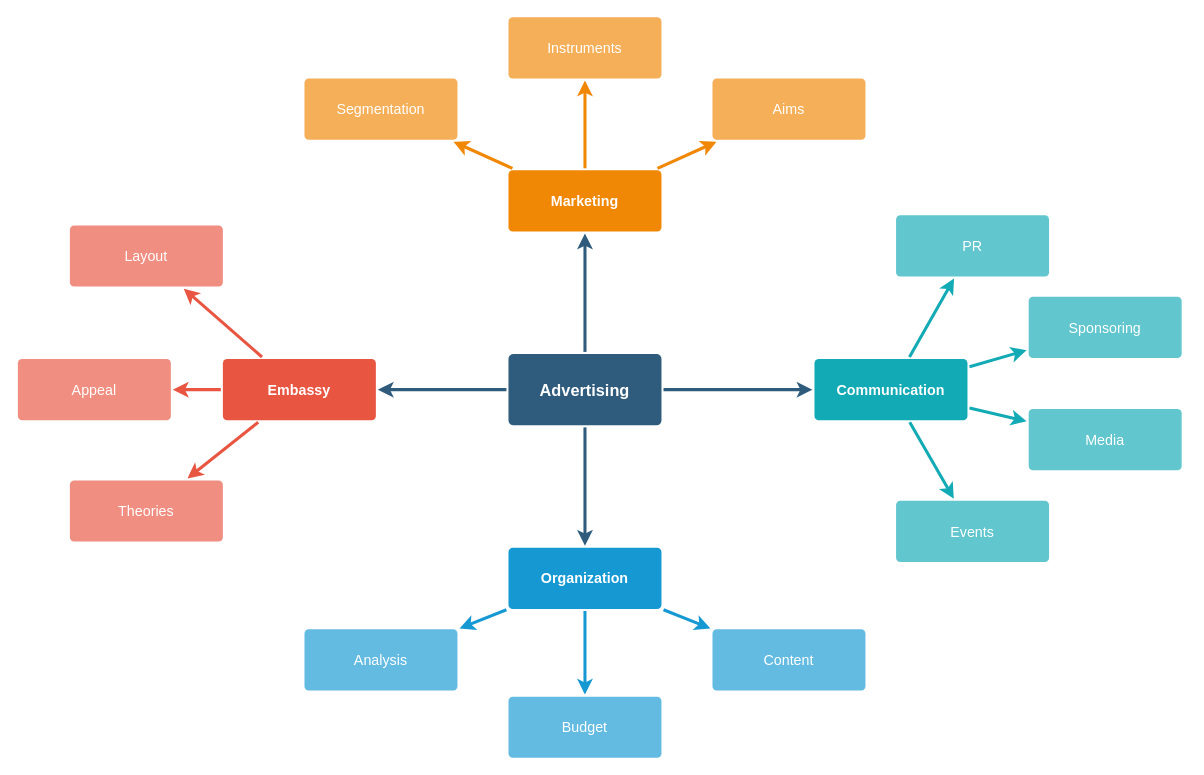
Above: algo2021.drawio in Pengyang233/PlotInDrawio (draw.io), before the change. Source tidied: cells renumbered, new cells numbered last; positions are measured from the earlier drawing's top-left corner, leaving out a move shared by most shapes. Both pictures are drawn from the tidied source at 102%, with x=0, y=0 at pixel (17, 16).
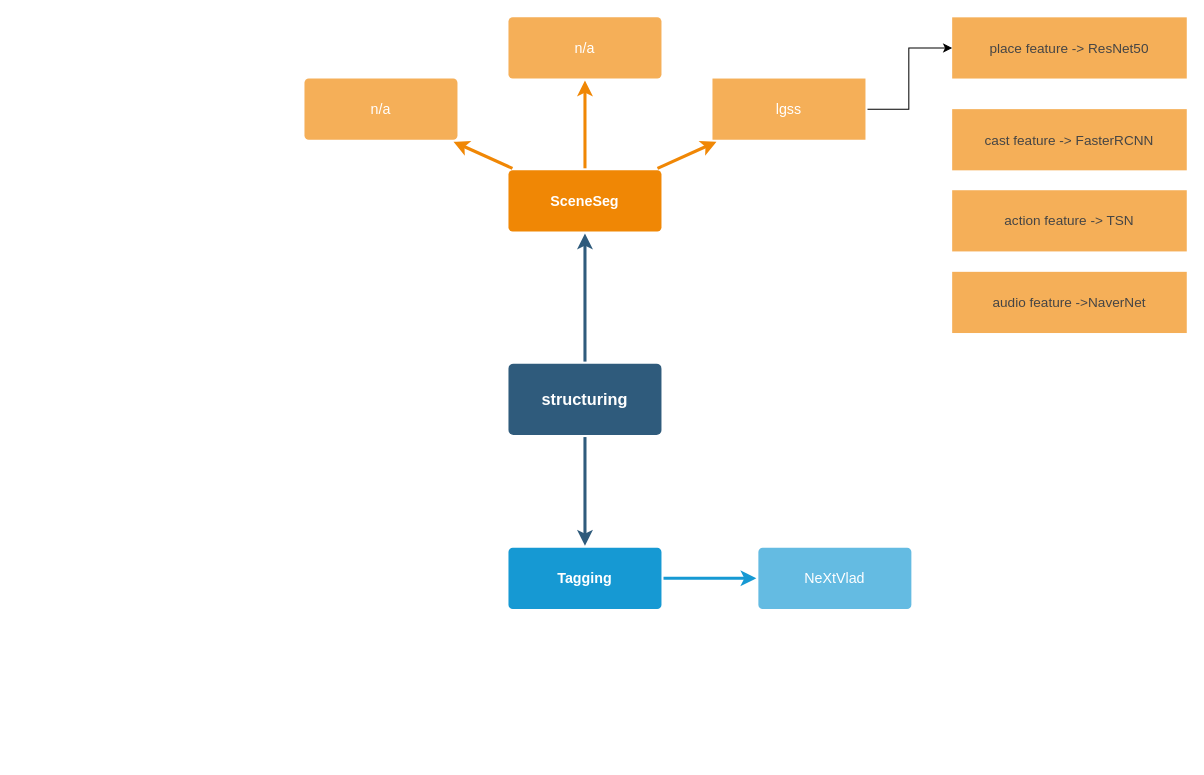
The same diagram, later.

What changed in the source:
```diff
@@
-    <mxCell id="3" style="edgeStyle=none;rounded=0;jumpStyle=none;html=1;shadow=0;labelBackgroundColor=none;startArrow=none;startFill=0;endArrow=classic;endFill=1;jettySize=auto;strokeColor=#2F5B7C;strokeWidth=3;fontFamily=Helvetica;fontSize=16;fontColor=#23445D;spacing=5;" parent="1" edge="1" source="6" target="28">
-      <mxGeometry relative="1" as="geometry" />
-    </mxCell>
@@
-    <mxCell id="5" style="edgeStyle=none;rounded=0;jumpStyle=none;html=1;shadow=0;labelBackgroundColor=none;startArrow=none;startFill=0;endArrow=classic;endFill=1;jettySize=auto;strokeColor=#2F5B7C;strokeWidth=3;fontFamily=Helvetica;fontSize=16;fontColor=#23445D;spacing=5;" parent="1" edge="1" source="6" target="10">
-      <mxGeometry relative="1" as="geometry" />
-    </mxCell>
-    <mxCell id="6" value="Advertising" style="rounded=1;whiteSpace=wrap;html=1;shadow=0;labelBackgroundColor=none;strokeColor=none;strokeWidth=3;fillColor=#2F5B7C;fontFamily=Helvetica;fontSize=16;fontColor=#FFFFFF;align=center;fontStyle=1;spacing=5;arcSize=7;perimeterSpacing=2;" parent="1" vertex="1">
-      <mxGeometry x="481" y="330.5" width="150" height="70" as="geometry" />
+    <mxCell id="6" value="structuring" style="rounded=1;whiteSpace=wrap;html=1;shadow=0;labelBackgroundColor=none;strokeColor=none;strokeWidth=3;fillColor=#2F5B7C;fontFamily=Helvetica;fontSize=16;fontColor=#FFFFFF;align=center;fontStyle=1;spacing=5;arcSize=7;perimeterSpacing=2;" parent="1" vertex="1">
+      <mxGeometry x="481" y="340" width="150" height="70" as="geometry" />
     </mxCell>
-    <mxCell id="7" style="edgeStyle=none;rounded=1;jumpStyle=none;html=1;shadow=0;labelBackgroundColor=none;startArrow=none;startFill=0;jettySize=auto;strokeColor=#E85642;strokeWidth=3;fontFamily=Helvetica;fontSize=14;fontColor=#FFFFFF;spacing=5;fontStyle=1;fillColor=#b0e3e6;" parent="1" edge="1" source="10" target="13">
-      <mxGeometry relative="1" as="geometry" />
-    </mxCell>
-    <mxCell id="8" style="edgeStyle=none;rounded=1;jumpStyle=none;html=1;shadow=0;labelBackgroundColor=none;startArrow=none;startFill=0;jettySize=auto;strokeColor=#E85642;strokeWidth=3;fontFamily=Helvetica;fontSize=14;fontColor=#FFFFFF;spacing=5;fontStyle=1;fillColor=#b0e3e6;" parent="1" edge="1" source="10" target="12">
-      <mxGeometry relative="1" as="geometry" />
-    </mxCell>
-    <mxCell id="9" style="edgeStyle=none;rounded=1;jumpStyle=none;html=1;shadow=0;labelBackgroundColor=none;startArrow=none;startFill=0;jettySize=auto;strokeColor=#E85642;strokeWidth=3;fontFamily=Helvetica;fontSize=14;fontColor=#FFFFFF;spacing=5;fontStyle=1;fillColor=#b0e3e6;" parent="1" edge="1" source="10" target="11">
-      <mxGeometry relative="1" as="geometry" />
-    </mxCell>
-    <mxCell id="10" value="Embassy" style="rounded=1;whiteSpace=wrap;html=1;shadow=0;labelBackgroundColor=none;strokeColor=none;strokeWidth=3;fillColor=#e85642;fontFamily=Helvetica;fontSize=14;fontColor=#FFFFFF;align=center;spacing=5;fontStyle=1;arcSize=7;perimeterSpacing=2;" parent="1" vertex="1">
-      <mxGeometry x="201" y="335.5" width="150" height="60" as="geometry" />
-    </mxCell>
-    <mxCell id="11" value="Theories" style="rounded=1;whiteSpace=wrap;html=1;shadow=0;labelBackgroundColor=none;strokeColor=none;strokeWidth=3;fillColor=#f08e81;fontFamily=Helvetica;fontSize=14;fontColor=#FFFFFF;align=center;spacing=5;fontStyle=0;arcSize=7;perimeterSpacing=2;" parent="1" vertex="1">
-      <mxGeometry x="51" y="454.5" width="150" height="60" as="geometry" />
-    </mxCell>
-    <mxCell id="12" value="Appeal" style="rounded=1;whiteSpace=wrap;html=1;shadow=0;labelBackgroundColor=none;strokeColor=none;strokeWidth=3;fillColor=#f08e81;fontFamily=Helvetica;fontSize=14;fontColor=#FFFFFF;align=center;spacing=5;fontStyle=0;arcSize=7;perimeterSpacing=2;" parent="1" vertex="1">
-      <mxGeometry y="335.5" width="150" height="60" as="geometry" />
-    </mxCell>
-    <mxCell id="13" value="Layout" style="rounded=1;whiteSpace=wrap;html=1;shadow=0;labelBackgroundColor=none;strokeColor=none;strokeWidth=3;fillColor=#f08e81;fontFamily=Helvetica;fontSize=14;fontColor=#FFFFFF;align=center;spacing=5;fontStyle=0;arcSize=7;perimeterSpacing=2;" parent="1" vertex="1">
-      <mxGeometry x="51" y="204.5" width="150" height="60" as="geometry" />
-    </mxCell>
-    <mxCell id="14" style="edgeStyle=none;rounded=0;jumpStyle=none;html=1;shadow=0;labelBackgroundColor=none;startArrow=none;startFill=0;endArrow=classic;endFill=1;jettySize=auto;strokeColor=#1699D3;strokeWidth=3;fontFamily=Helvetica;fontSize=14;fontColor=#FFFFFF;spacing=5;" parent="1" edge="1" source="17" target="20">
-      <mxGeometry relative="1" as="geometry" />
-    </mxCell>
-    <mxCell id="15" style="edgeStyle=none;rounded=0;jumpStyle=none;html=1;shadow=0;labelBackgroundColor=none;startArrow=none;startFill=0;endArrow=classic;endFill=1;jettySize=auto;strokeColor=#1699D3;strokeWidth=3;fontFamily=Helvetica;fontSize=14;fontColor=#FFFFFF;spacing=5;" parent="1" edge="1" source="17" target="19">
-      <mxGeometry relative="1" as="geometry" />
-    </mxCell>
@@
-    <mxCell id="17" value="Organization" style="rounded=1;whiteSpace=wrap;html=1;shadow=0;labelBackgroundColor=none;strokeColor=none;strokeWidth=3;fillColor=#1699d3;fontFamily=Helvetica;fontSize=14;fontColor=#FFFFFF;align=center;spacing=5;fontStyle=1;arcSize=7;perimeterSpacing=2;" parent="1" vertex="1">
+    <mxCell id="17" value="Tagging" style="rounded=1;whiteSpace=wrap;html=1;shadow=0;labelBackgroundColor=none;strokeColor=none;strokeWidth=3;fillColor=#1699d3;fontFamily=Helvetica;fontSize=14;fontColor=#FFFFFF;align=center;spacing=5;fontStyle=1;arcSize=7;perimeterSpacing=2;" parent="1" vertex="1">
       <mxGeometry x="481" y="520.5" width="150" height="60" as="geometry" />
     </mxCell>
-    <mxCell id="18" value="Content" style="rounded=1;whiteSpace=wrap;html=1;shadow=0;labelBackgroundColor=none;strokeColor=none;strokeWidth=3;fillColor=#64bbe2;fontFamily=Helvetica;fontSize=14;fontColor=#FFFFFF;align=center;spacing=5;arcSize=7;perimeterSpacing=2;" parent="1" vertex="1">
-      <mxGeometry x="681" y="600.5" width="150" height="60" as="geometry" />
+    <mxCell id="18" value="NeXtVlad" style="rounded=1;whiteSpace=wrap;html=1;shadow=0;labelBackgroundColor=none;strokeColor=none;strokeWidth=3;fillColor=#64bbe2;fontFamily=Helvetica;fontSize=14;fontColor=#FFFFFF;align=center;spacing=5;arcSize=7;perimeterSpacing=2;" parent="1" vertex="1">
+      <mxGeometry x="726" y="520.5" width="150" height="60" as="geometry" />
     </mxCell>
-    <mxCell id="19" value="Budget" style="rounded=1;whiteSpace=wrap;html=1;shadow=0;labelBackgroundColor=none;strokeColor=none;strokeWidth=3;fillColor=#64bbe2;fontFamily=Helvetica;fontSize=14;fontColor=#FFFFFF;align=center;spacing=5;arcSize=7;perimeterSpacing=2;" parent="1" vertex="1">
-      <mxGeometry x="481" y="666.5" width="150" height="60" as="geometry" />
-    </mxCell>
-    <mxCell id="20" value="Analysis" style="rounded=1;whiteSpace=wrap;html=1;shadow=0;labelBackgroundColor=none;strokeColor=none;strokeWidth=3;fillColor=#64bbe2;fontFamily=Helvetica;fontSize=14;fontColor=#FFFFFF;align=center;spacing=5;arcSize=7;perimeterSpacing=2;" parent="1" vertex="1">
-      <mxGeometry x="281" y="600.5" width="150" height="60" as="geometry" />
-    </mxCell>
-    <mxCell id="21" value="Marketing" style="rounded=1;whiteSpace=wrap;html=1;shadow=0;labelBackgroundColor=none;strokeColor=none;strokeWidth=3;fillColor=#F08705;fontFamily=Helvetica;fontSize=14;fontColor=#FFFFFF;align=center;spacing=5;fontStyle=1;arcSize=7;perimeterSpacing=2;" parent="1" vertex="1">
+    <mxCell id="21" value="SceneSeg" style="rounded=1;whiteSpace=wrap;html=1;shadow=0;labelBackgroundColor=none;strokeColor=none;strokeWidth=3;fillColor=#F08705;fontFamily=Helvetica;fontSize=14;fontColor=#FFFFFF;align=center;spacing=5;fontStyle=1;arcSize=7;perimeterSpacing=2;" parent="1" vertex="1">
       <mxGeometry x="481" y="150.5" width="150" height="60" as="geometry" />
     </mxCell>
+    <mxCell id="37" style="edgeStyle=orthogonalEdgeStyle;rounded=0;jettySize=auto;html=1;" parent="1" edge="1" source="22" target="38">
+      <mxGeometry relative="1" as="geometry" />
+    </mxCell>
-    <mxCell id="22" value="Aims&lt;br&gt;" style="rounded=1;whiteSpace=wrap;html=1;shadow=0;labelBackgroundColor=none;strokeColor=none;strokeWidth=3;fillColor=#f5af58;fontFamily=Helvetica;fontSize=14;fontColor=#FFFFFF;align=center;spacing=5;arcSize=7;perimeterSpacing=2;" parent="1" vertex="1">
+    <mxCell id="22" value="lgss" style="rounded=1;whiteSpace=wrap;html=1;shadow=0;labelBackgroundColor=none;strokeColor=none;strokeWidth=3;fillColor=#f5af58;fontFamily=Helvetica;fontSize=14;fontColor=#FFFFFF;align=center;spacing=5;arcSize=0;perimeterSpacing=2;" parent="1" vertex="1">
       <mxGeometry x="681" y="60.5" width="150" height="60" as="geometry" />
     </mxCell>
@@
-    <mxCell id="24" value="Instruments" style="rounded=1;whiteSpace=wrap;html=1;shadow=0;labelBackgroundColor=none;strokeColor=none;strokeWidth=3;fillColor=#f5af58;fontFamily=Helvetica;fontSize=14;fontColor=#FFFFFF;align=center;spacing=5;arcSize=7;perimeterSpacing=2;" parent="1" vertex="1">
+    <mxCell id="24" value="n/a" style="rounded=1;whiteSpace=wrap;html=1;shadow=0;labelBackgroundColor=none;strokeColor=none;strokeWidth=3;fillColor=#f5af58;fontFamily=Helvetica;fontSize=14;fontColor=#FFFFFF;align=center;spacing=5;arcSize=7;perimeterSpacing=2;" parent="1" vertex="1">
       <mxGeometry x="481" y="0.5" width="150" height="60" as="geometry" />
     </mxCell>
@@
-    <mxCell id="26" value="Segmentation" style="rounded=1;whiteSpace=wrap;html=1;shadow=0;labelBackgroundColor=none;strokeColor=none;strokeWidth=3;fillColor=#f5af58;fontFamily=Helvetica;fontSize=14;fontColor=#FFFFFF;align=center;spacing=5;arcSize=7;perimeterSpacing=2;" parent="1" vertex="1">
+    <mxCell id="26" value="n/a" style="rounded=1;whiteSpace=wrap;html=1;shadow=0;labelBackgroundColor=none;strokeColor=none;strokeWidth=3;fillColor=#f5af58;fontFamily=Helvetica;fontSize=14;fontColor=#FFFFFF;align=center;spacing=5;arcSize=7;perimeterSpacing=2;" parent="1" vertex="1">
       <mxGeometry x="281" y="60.5" width="150" height="60" as="geometry" />
     </mxCell>
@@
-    <mxCell id="28" value="Communication" style="rounded=1;whiteSpace=wrap;html=1;shadow=0;labelBackgroundColor=none;strokeColor=none;strokeWidth=3;fillColor=#12aab5;fontFamily=Helvetica;fontSize=14;fontColor=#FFFFFF;align=center;spacing=5;fontStyle=1;arcSize=7;perimeterSpacing=2;" parent="1" vertex="1">
-      <mxGeometry x="781" y="335.5" width="150" height="60" as="geometry" />
-    </mxCell>
-    <mxCell id="29" value="Events" style="rounded=1;whiteSpace=wrap;html=1;shadow=0;labelBackgroundColor=none;strokeColor=none;strokeWidth=3;fillColor=#61c6ce;fontFamily=Helvetica;fontSize=14;fontColor=#FFFFFF;align=center;spacing=5;fontStyle=0;arcSize=7;perimeterSpacing=2;" parent="1" vertex="1">
-      <mxGeometry x="861" y="474.5" width="150" height="60" as="geometry" />
-    </mxCell>
-    <mxCell id="30" style="edgeStyle=none;rounded=1;jumpStyle=none;html=1;shadow=0;labelBackgroundColor=none;startArrow=none;startFill=0;jettySize=auto;strokeColor=#12AAB5;strokeWidth=3;fontFamily=Helvetica;fontSize=14;fontColor=#FFFFFF;spacing=5;fontStyle=1;fillColor=#b0e3e6;" parent="1" edge="1" source="28" target="29">
-      <mxGeometry relative="1" as="geometry" />
-    </mxCell>
-    <mxCell id="31" value="Media" style="rounded=1;whiteSpace=wrap;html=1;shadow=0;labelBackgroundColor=none;strokeColor=none;strokeWidth=3;fillColor=#61c6ce;fontFamily=Helvetica;fontSize=14;fontColor=#FFFFFF;align=center;spacing=5;fontStyle=0;arcSize=7;perimeterSpacing=2;" parent="1" vertex="1">
-      <mxGeometry x="991" y="384.5" width="150" height="60" as="geometry" />
-    </mxCell>
-    <mxCell id="32" style="edgeStyle=none;rounded=1;jumpStyle=none;html=1;shadow=0;labelBackgroundColor=none;startArrow=none;startFill=0;jettySize=auto;strokeColor=#12AAB5;strokeWidth=3;fontFamily=Helvetica;fontSize=14;fontColor=#FFFFFF;spacing=5;fontStyle=1;fillColor=#b0e3e6;" parent="1" edge="1" source="28" target="31">
-      <mxGeometry relative="1" as="geometry" />
-    </mxCell>
-    <mxCell id="33" value="Sponsoring" style="rounded=1;whiteSpace=wrap;html=1;shadow=0;labelBackgroundColor=none;strokeColor=none;strokeWidth=3;fillColor=#61c6ce;fontFamily=Helvetica;fontSize=14;fontColor=#FFFFFF;align=center;spacing=5;fontStyle=0;arcSize=7;perimeterSpacing=2;" parent="1" vertex="1">
-      <mxGeometry x="991" y="274.5" width="150" height="60" as="geometry" />
-    </mxCell>
-    <mxCell id="34" style="edgeStyle=none;rounded=1;jumpStyle=none;html=1;shadow=0;labelBackgroundColor=none;startArrow=none;startFill=0;jettySize=auto;strokeColor=#12AAB5;strokeWidth=3;fontFamily=Helvetica;fontSize=14;fontColor=#FFFFFF;spacing=5;fontStyle=1;fillColor=#b0e3e6;" parent="1" edge="1" source="28" target="33">
-      <mxGeometry relative="1" as="geometry" />
-    </mxCell>
-    <mxCell id="35" value="PR" style="rounded=1;whiteSpace=wrap;html=1;shadow=0;labelBackgroundColor=none;strokeColor=none;strokeWidth=3;fillColor=#61c6ce;fontFamily=Helvetica;fontSize=14;fontColor=#FFFFFF;align=center;spacing=5;fontStyle=0;arcSize=7;perimeterSpacing=2;" parent="1" vertex="1">
-      <mxGeometry x="861" y="194.5" width="150" height="60" as="geometry" />
-    </mxCell>
-    <mxCell id="36" style="edgeStyle=none;rounded=1;jumpStyle=none;html=1;shadow=0;labelBackgroundColor=none;startArrow=none;startFill=0;jettySize=auto;strokeColor=#12AAB5;strokeWidth=3;fontFamily=Helvetica;fontSize=14;fontColor=#FFFFFF;spacing=5;fontStyle=1;fillColor=#b0e3e6;" parent="1" edge="1" source="28" target="35">
-      <mxGeometry relative="1" as="geometry" />
-    </mxCell>
+    <mxCell id="38" value="&lt;span style=&quot;font-family: &amp;#34;微软雅黑&amp;#34; ; font-size: 10pt ; color: #454545&quot;&gt;place feature -&amp;gt; ResNet50&lt;/span&gt;" style="rounded=1;whiteSpace=wrap;html=1;shadow=0;fontSize=14;fontColor=#FFFFFF;strokeColor=none;strokeWidth=3;fillColor=#f5af58;spacing=5;arcSize=0;" parent="1" vertex="1">
+      <mxGeometry x="916" y="0.5" width="230" height="60" as="geometry" />
+    </mxCell>
+    <mxCell id="39" value="&lt;span style=&quot;font-family: &amp;#34;微软雅黑&amp;#34; ; font-size: 10pt ; color: #454545&quot;&gt;cast feature -&amp;gt; FasterRCNN&lt;/span&gt;" style="rounded=1;whiteSpace=wrap;html=1;shadow=0;fontSize=14;fontColor=#FFFFFF;strokeColor=none;strokeWidth=3;fillColor=#f5af58;spacing=5;arcSize=0;" parent="1" vertex="1">
+      <mxGeometry x="916" y="90.5" width="230" height="60" as="geometry" />
+    </mxCell>
+    <mxCell id="40" value="&lt;span style=&quot;font-family: &amp;#34;微软雅黑&amp;#34; ; font-size: 10pt ; color: #454545&quot;&gt;action feature -&amp;gt; TSN&lt;/span&gt;" style="rounded=1;whiteSpace=wrap;html=1;shadow=0;fontSize=14;fontColor=#FFFFFF;strokeColor=none;strokeWidth=3;fillColor=#f5af58;spacing=5;arcSize=0;" parent="1" vertex="1">
+      <mxGeometry x="916" y="170" width="230" height="60" as="geometry" />
+    </mxCell>
+    <mxCell id="41" value="&lt;span style=&quot;font-family: &amp;#34;微软雅黑&amp;#34; ; font-size: 10pt ; color: #454545&quot;&gt;audio feature -&amp;gt;NaverNet&lt;/span&gt;" style="rounded=1;whiteSpace=wrap;html=1;shadow=0;fontSize=14;fontColor=#FFFFFF;strokeColor=none;strokeWidth=3;fillColor=#f5af58;spacing=5;arcSize=0;" parent="1" vertex="1">
+      <mxGeometry x="916" y="250" width="230" height="60" as="geometry" />
+    </mxCell>
```
